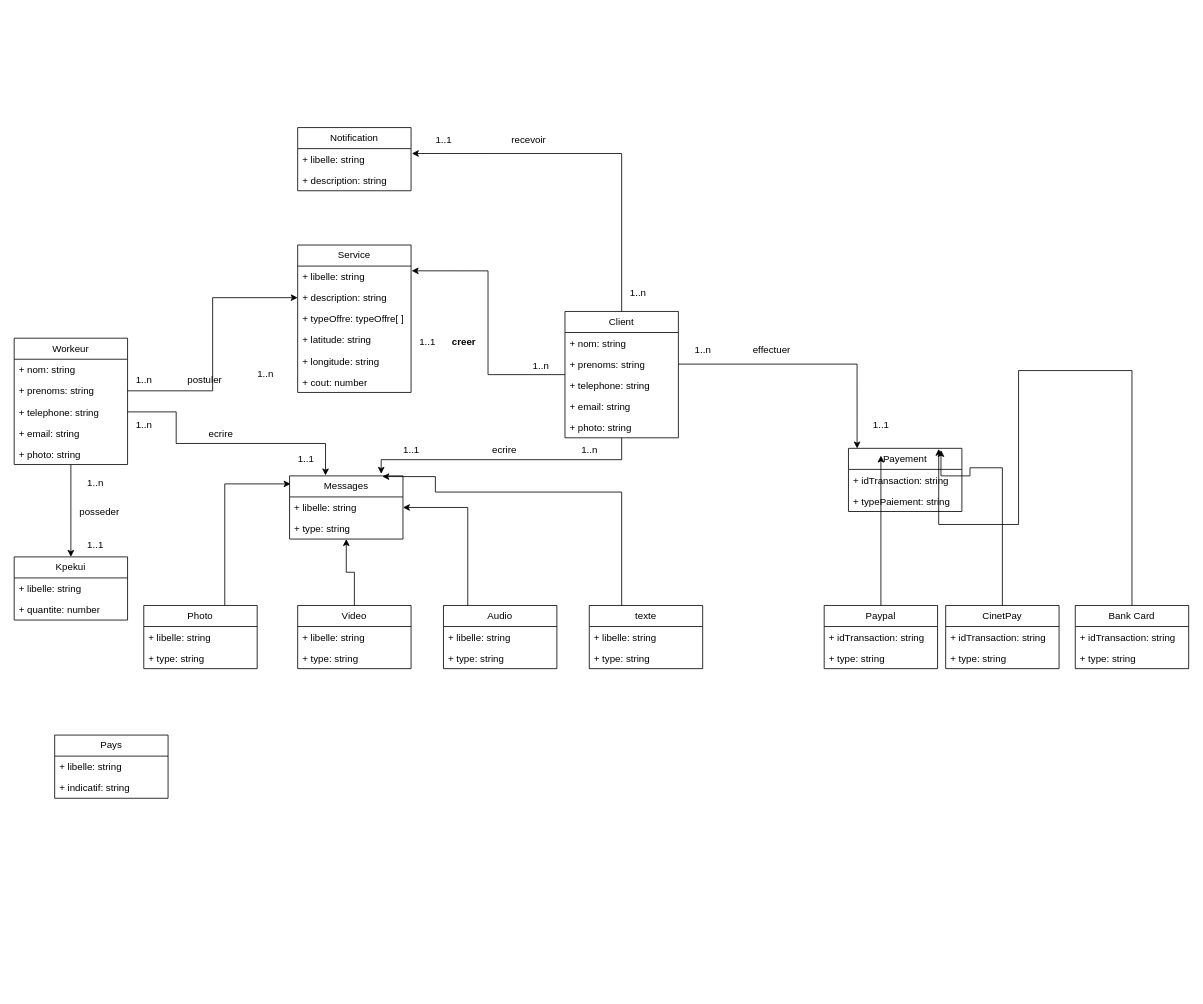
Above: Diagramme sans nom.drawio in bekmarc/segbaya (draw.io), before the change. Source tidied: cells renumbered, new cells numbered last; positions are measured from the earlier drawing's top-left corner, leaving out a move shared by most shapes. Both pictures are drawn from the tidied source at 81%, with x=0, y=0 at pixel (14, 127).
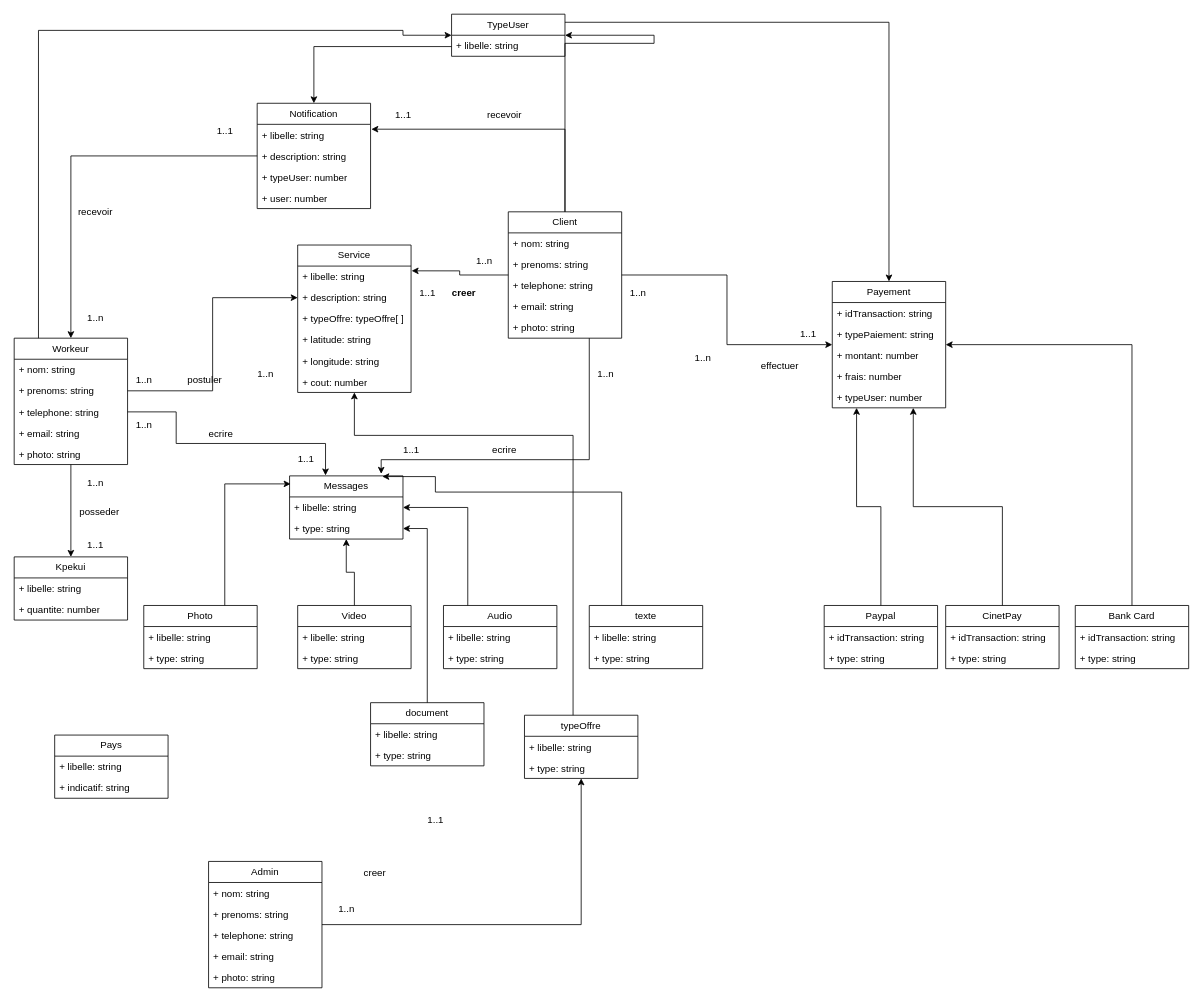
After the change.

Commit message (it also covers changes not shown here):
Mettre à jour Diagramme sans nom.drawio

The change refers to these unchanged cells:
```xml
<mxCell id="3" value="Workeur" style="swimlane;fontStyle=0;horizontal=1;startSize=26;fillColor=none;whiteSpace=wrap;html=1;" parent="1" vertex="1">
  <mxGeometry y="260" width="140" height="156" as="geometry" />
</mxCell>
<mxCell id="9" value="Service" style="swimlane;fontStyle=0;horizontal=1;startSize=26;fillColor=none;whiteSpace=wrap;html=1;" parent="1" vertex="1">
  <mxGeometry x="350" y="145" width="140" height="182" as="geometry" />
</mxCell>
<mxCell id="25" value="+ prenoms: string" style="text;strokeColor=none;fillColor=none;align=left;verticalAlign=top;spacingLeft=4;spacingRight=4;overflow=hidden;points=[[0,0.5],[1,0.5]];portConstraint=eastwest;whiteSpace=wrap;html=1;" parent="23" vertex="1">
  <mxGeometry y="52" width="140" height="26" as="geometry" />
</mxCell>
<mxCell id="32" value="Messages" style="swimlane;fontStyle=0;horizontal=1;startSize=26;fillColor=none;whiteSpace=wrap;html=1;" parent="1" vertex="1">
  <mxGeometry x="340" y="430" width="140" height="78" as="geometry" />
</mxCell>
<mxCell id="34" value="+ type: string" style="text;strokeColor=none;fillColor=none;align=left;verticalAlign=top;spacingLeft=4;spacingRight=4;overflow=hidden;points=[[0,0.5],[1,0.5]];portConstraint=eastwest;whiteSpace=wrap;html=1;" parent="32" vertex="1">
  <mxGeometry y="52" width="140" height="26" as="geometry" />
</mxCell>
<mxCell id="62" value="Paypal" style="swimlane;fontStyle=0;horizontal=1;startSize=26;fillColor=none;whiteSpace=wrap;html=1;" parent="1" vertex="1">
  <mxGeometry x="1000" y="590" width="140" height="78" as="geometry" />
</mxCell>
<mxCell id="66" value="CinetPay" style="swimlane;fontStyle=0;horizontal=1;startSize=26;fillColor=none;whiteSpace=wrap;html=1;" parent="1" vertex="1">
  <mxGeometry x="1150" y="590" width="140" height="78" as="geometry" />
</mxCell>
<mxCell id="70" value="Bank Card" style="swimlane;fontStyle=0;horizontal=1;startSize=26;fillColor=none;whiteSpace=wrap;html=1;" parent="1" vertex="1">
  <mxGeometry x="1310" y="590" width="140" height="78" as="geometry" />
</mxCell>
```

Change to the diagram source:
```diff
@@
+    <mxCell id="92" style="edgeStyle=orthogonalEdgeStyle;rounded=0;jettySize=auto;html=1;entryX=0;entryY=0.5;entryDx=0;entryDy=0;" parent="1" edge="1" source="3" target="110">
+      <mxGeometry relative="1" as="geometry">
+        <Array as="points">
+          <mxPoint x="30" y="-120" />
+          <mxPoint x="480" y="-120" />
+        </Array>
+      </mxGeometry>
+    </mxCell>
@@
     <mxCell id="21" style="edgeStyle=orthogonalEdgeStyle;rounded=0;jettySize=auto;html=1;entryX=0.808;entryY=-0.033;entryDx=0;entryDy=0;entryPerimeter=0;" parent="1" edge="1" source="23" target="32">
       <mxGeometry relative="1" as="geometry">
         <Array as="points">
-          <mxPoint x="750" y="410" />
+          <mxPoint x="710" y="410" />
           <mxPoint x="453" y="410" />
         </Array>
       </mxGeometry>
     </mxCell>
@@
+    <mxCell id="93" style="edgeStyle=orthogonalEdgeStyle;rounded=0;jettySize=auto;html=1;entryX=1;entryY=0.5;entryDx=0;entryDy=0;" parent="1" edge="1" source="23" target="110">
+      <mxGeometry relative="1" as="geometry">
+        <Array as="points">
+          <mxPoint x="790" y="-104" />
+        </Array>
+      </mxGeometry>
+    </mxCell>
+    <mxCell id="94" style="edgeStyle=orthogonalEdgeStyle;rounded=0;jettySize=auto;html=1;" parent="1" edge="1" source="23" target="58">
+      <mxGeometry relative="1" as="geometry" />
+    </mxCell>
     <mxCell id="23" value="Client" style="swimlane;fontStyle=0;horizontal=1;startSize=26;fillColor=none;whiteSpace=wrap;html=1;" parent="1" vertex="1">
-      <mxGeometry x="680" y="227" width="140" height="156" as="geometry" />
+      <mxGeometry x="610" y="104" width="140" height="156" as="geometry" />
     </mxCell>
@@
     <mxCell id="29" value="1..n" style="text;html=1;align=center;verticalAlign=middle;strokeColor=none;fillColor=none;" parent="1" vertex="1">
-      <mxGeometry x="630" y="280" width="40" height="30" as="geometry" />
+      <mxGeometry x="560" y="150" width="40" height="30" as="geometry" />
     </mxCell>
     <mxCell id="30" value="creer" style="text;html=1;align=center;verticalAlign=middle;strokeColor=none;fillColor=none;fontStyle=1;" parent="1" vertex="1">
-      <mxGeometry x="530" y="250" width="50" height="30" as="geometry" />
+      <mxGeometry x="530" y="190" width="50" height="30" as="geometry" />
     </mxCell>
     <mxCell id="31" value="1..1" style="text;html=1;align=center;verticalAlign=middle;strokeColor=none;fillColor=none;" parent="1" vertex="1">
-      <mxGeometry x="490" y="250" width="40" height="30" as="geometry" />
+      <mxGeometry x="490" y="190" width="40" height="30" as="geometry" />
     </mxCell>
@@
     <mxCell id="55" value="1..n" style="text;html=1;align=center;verticalAlign=middle;strokeColor=none;fillColor=none;" parent="1" vertex="1">
-      <mxGeometry x="690" y="383" width="40" height="30" as="geometry" />
+      <mxGeometry x="710" y="290" width="40" height="30" as="geometry" />
     </mxCell>
@@
     <mxCell id="58" value="Payement" style="swimlane;fontStyle=0;horizontal=1;startSize=26;fillColor=none;whiteSpace=wrap;html=1;" parent="1" vertex="1">
-      <mxGeometry x="1030" y="396" width="140" height="78" as="geometry" />
+      <mxGeometry x="1010" y="190" width="140" height="156" as="geometry" />
     </mxCell>
@@
+    <mxCell id="95" value="+ montant: number" style="text;strokeColor=none;fillColor=none;align=left;verticalAlign=top;spacingLeft=4;spacingRight=4;overflow=hidden;whiteSpace=wrap;html=1;" parent="58" vertex="1">
+      <mxGeometry y="78" width="140" height="26" as="geometry" />
+    </mxCell>
+    <mxCell id="96" value="+ frais: number" style="text;strokeColor=none;fillColor=none;align=left;verticalAlign=top;spacingLeft=4;spacingRight=4;overflow=hidden;whiteSpace=wrap;html=1;" parent="58" vertex="1">
+      <mxGeometry y="104" width="140" height="26" as="geometry" />
+    </mxCell>
+    <mxCell id="97" value="+ typeUser: number" style="text;strokeColor=none;fillColor=none;align=left;verticalAlign=top;spacingLeft=4;spacingRight=4;overflow=hidden;whiteSpace=wrap;html=1;" parent="58" vertex="1">
+      <mxGeometry y="130" width="140" height="26" as="geometry" />
+    </mxCell>
-    <mxCell id="61" style="edgeStyle=orthogonalEdgeStyle;rounded=0;jettySize=auto;html=1;entryX=0.286;entryY=0.115;entryDx=0;entryDy=0;entryPerimeter=0;" parent="1" edge="1" source="62" target="58">
-      <mxGeometry relative="1" as="geometry" />
+    <mxCell id="61" style="edgeStyle=orthogonalEdgeStyle;rounded=0;jettySize=auto;html=1;" parent="1" edge="1" source="62" target="58">
+      <mxGeometry relative="1" as="geometry">
+        <Array as="points">
+          <mxPoint x="1070" y="468" />
+          <mxPoint x="1040" y="468" />
+        </Array>
+      </mxGeometry>
     </mxCell>
@@
-    <mxCell id="65" style="edgeStyle=orthogonalEdgeStyle;rounded=0;jettySize=auto;html=1;entryX=0.816;entryY=0.027;entryDx=0;entryDy=0;entryPerimeter=0;" parent="1" edge="1" source="66" target="58">
+    <mxCell id="65" style="edgeStyle=orthogonalEdgeStyle;rounded=0;jettySize=auto;html=1;" parent="1" edge="1" source="66" target="58">
       <mxGeometry relative="1" as="geometry">
         <Array as="points">
-          <mxPoint x="1220" y="420" />
-          <mxPoint x="1180" y="420" />
-          <mxPoint x="1180" y="430" />
-          <mxPoint x="1144" y="430" />
+          <mxPoint x="1220" y="468" />
+          <mxPoint x="1110" y="468" />
         </Array>
       </mxGeometry>
     </mxCell>
@@
-    <mxCell id="69" style="edgeStyle=orthogonalEdgeStyle;rounded=0;jettySize=auto;html=1;entryX=0.796;entryY=0.009;entryDx=0;entryDy=0;entryPerimeter=0;" parent="1" edge="1" source="70" target="58">
+    <mxCell id="69" style="edgeStyle=orthogonalEdgeStyle;rounded=0;jettySize=auto;html=1;" parent="1" edge="1" source="70" target="58">
       <mxGeometry relative="1" as="geometry">
         <Array as="points">
-          <mxPoint x="1380" y="300" />
-          <mxPoint x="1240" y="300" />
-          <mxPoint x="1240" y="490" />
-          <mxPoint x="1141" y="490" />
+          <mxPoint x="1380" y="268" />
         </Array>
       </mxGeometry>
     </mxCell>
@@
-    <mxCell id="73" style="edgeStyle=orthogonalEdgeStyle;rounded=0;jettySize=auto;html=1;entryX=0.076;entryY=0.002;entryDx=0;entryDy=0;entryPerimeter=0;" parent="1" edge="1" source="25" target="58">
-      <mxGeometry relative="1" as="geometry" />
-    </mxCell>
     <mxCell id="74" value="effectuer" style="text;html=1;align=center;verticalAlign=middle;strokeColor=none;fillColor=none;" parent="1" vertex="1">
-      <mxGeometry x="900" y="260" width="70" height="30" as="geometry" />
+      <mxGeometry x="910" y="280" width="70" height="30" as="geometry" />
     </mxCell>
     <mxCell id="75" value="1..n" style="text;html=1;align=center;verticalAlign=middle;strokeColor=none;fillColor=none;" parent="1" vertex="1">
-      <mxGeometry x="830" y="260" width="40" height="30" as="geometry" />
+      <mxGeometry x="830" y="270" width="40" height="30" as="geometry" />
     </mxCell>
     <mxCell id="76" value="1..1" style="text;html=1;align=center;verticalAlign=middle;strokeColor=none;fillColor=none;" parent="1" vertex="1">
-      <mxGeometry x="1050" y="353" width="40" height="30" as="geometry" />
+      <mxGeometry x="960" y="240" width="40" height="30" as="geometry" />
     </mxCell>
@@
+    <mxCell id="98" style="edgeStyle=orthogonalEdgeStyle;rounded=0;jettySize=auto;html=1;entryX=0.5;entryY=0;entryDx=0;entryDy=0;" parent="1" edge="1" source="83" target="3">
+      <mxGeometry relative="1" as="geometry" />
+    </mxCell>
     <mxCell id="83" value="Notification" style="swimlane;fontStyle=0;horizontal=1;startSize=26;fillColor=none;whiteSpace=wrap;html=1;" parent="1" vertex="1">
-      <mxGeometry x="350" width="140" height="78" as="geometry" />
+      <mxGeometry x="300" y="-30" width="140" height="130" as="geometry" />
     </mxCell>
@@
+    <mxCell id="99" value="+ typeUser: number" style="text;strokeColor=none;fillColor=none;align=left;verticalAlign=top;spacingLeft=4;spacingRight=4;overflow=hidden;whiteSpace=wrap;html=1;" parent="83" vertex="1">
+      <mxGeometry y="78" width="140" height="26" as="geometry" />
+    </mxCell>
+    <mxCell id="100" value="+ user: number" style="text;strokeColor=none;fillColor=none;align=left;verticalAlign=top;spacingLeft=4;spacingRight=4;overflow=hidden;whiteSpace=wrap;html=1;" parent="83" vertex="1">
+      <mxGeometry y="104" width="140" height="26" as="geometry" />
+    </mxCell>
     <mxCell id="86" value="recevoir" style="text;html=1;align=center;verticalAlign=middle;strokeColor=none;fillColor=none;" parent="1" vertex="1">
-      <mxGeometry x="600" width="70" height="30" as="geometry" />
+      <mxGeometry x="570" y="-30" width="70" height="30" as="geometry" />
     </mxCell>
     <mxCell id="87" value="1..1" style="text;html=1;align=center;verticalAlign=middle;strokeColor=none;fillColor=none;" parent="1" vertex="1">
-      <mxGeometry x="510" width="40" height="30" as="geometry" />
+      <mxGeometry x="460" y="-30" width="40" height="30" as="geometry" />
     </mxCell>
@@
+    <mxCell id="101" style="edgeStyle=orthogonalEdgeStyle;rounded=0;jettySize=auto;html=1;entryX=1;entryY=0.5;entryDx=0;entryDy=0;" parent="1" edge="1" source="102" target="34">
+      <mxGeometry relative="1" as="geometry" />
+    </mxCell>
+    <mxCell id="102" value="document" style="swimlane;fontStyle=0;horizontal=1;startSize=26;fillColor=none;whiteSpace=wrap;html=1;" parent="1" vertex="1">
+      <mxGeometry x="440" y="710" width="140" height="78" as="geometry" />
+    </mxCell>
+    <mxCell id="103" value="+ libelle: string" style="text;strokeColor=none;fillColor=none;align=left;verticalAlign=top;spacingLeft=4;spacingRight=4;overflow=hidden;whiteSpace=wrap;html=1;" parent="102" vertex="1">
+      <mxGeometry y="26" width="140" height="26" as="geometry" />
+    </mxCell>
+    <mxCell id="104" value="+ type: string" style="text;strokeColor=none;fillColor=none;align=left;verticalAlign=top;spacingLeft=4;spacingRight=4;overflow=hidden;whiteSpace=wrap;html=1;" parent="102" vertex="1">
+      <mxGeometry y="52" width="140" height="26" as="geometry" />
+    </mxCell>
+    <mxCell id="105" value="recevoir" style="text;html=1;align=center;verticalAlign=middle;strokeColor=none;fillColor=none;" parent="1" vertex="1">
+      <mxGeometry x="65" y="90" width="70" height="30" as="geometry" />
+    </mxCell>
+    <mxCell id="106" value="1..1" style="text;html=1;align=center;verticalAlign=middle;strokeColor=none;fillColor=none;" parent="1" vertex="1">
+      <mxGeometry x="240" y="-10" width="40" height="30" as="geometry" />
+    </mxCell>
+    <mxCell id="107" value="1..n" style="text;html=1;align=center;verticalAlign=middle;strokeColor=none;fillColor=none;" parent="1" vertex="1">
+      <mxGeometry x="80" y="220" width="40" height="30" as="geometry" />
+    </mxCell>
+    <mxCell id="108" style="edgeStyle=orthogonalEdgeStyle;rounded=0;jettySize=auto;html=1;entryX=0.5;entryY=0;entryDx=0;entryDy=0;" parent="1" edge="1" source="110" target="83">
+      <mxGeometry relative="1" as="geometry">
+        <Array as="points">
+          <mxPoint x="370" y="-100" />
+        </Array>
+      </mxGeometry>
+    </mxCell>
+    <mxCell id="109" style="edgeStyle=orthogonalEdgeStyle;rounded=0;jettySize=auto;html=1;entryX=0.5;entryY=0;entryDx=0;entryDy=0;" parent="1" edge="1" source="110" target="58">
+      <mxGeometry relative="1" as="geometry">
+        <Array as="points">
+          <mxPoint x="1080" y="-130" />
+        </Array>
+      </mxGeometry>
+    </mxCell>
+    <mxCell id="110" value="TypeUser" style="swimlane;fontStyle=0;horizontal=1;startSize=26;fillColor=none;whiteSpace=wrap;html=1;" parent="1" vertex="1">
+      <mxGeometry x="540" y="-140" width="140" height="52" as="geometry" />
+    </mxCell>
+    <mxCell id="111" value="+ libelle: string" style="text;strokeColor=none;fillColor=none;align=left;verticalAlign=top;spacingLeft=4;spacingRight=4;overflow=hidden;whiteSpace=wrap;html=1;" parent="110" vertex="1">
+      <mxGeometry y="26" width="140" height="26" as="geometry" />
+    </mxCell>
+    <mxCell id="112" style="edgeStyle=orthogonalEdgeStyle;rounded=0;jettySize=auto;html=1;" parent="1" edge="1" source="113" target="120">
+      <mxGeometry relative="1" as="geometry" />
+    </mxCell>
+    <mxCell id="113" value="Admin" style="swimlane;fontStyle=0;horizontal=1;startSize=26;fillColor=none;whiteSpace=wrap;html=1;" parent="1" vertex="1">
+      <mxGeometry x="240" y="906" width="140" height="156" as="geometry" />
+    </mxCell>
+    <mxCell id="114" value="+ nom: string" style="text;strokeColor=none;fillColor=none;align=left;verticalAlign=top;spacingLeft=4;spacingRight=4;overflow=hidden;whiteSpace=wrap;html=1;" parent="113" vertex="1">
+      <mxGeometry y="26" width="140" height="26" as="geometry" />
+    </mxCell>
+    <mxCell id="115" value="+ prenoms: string" style="text;strokeColor=none;fillColor=none;align=left;verticalAlign=top;spacingLeft=4;spacingRight=4;overflow=hidden;whiteSpace=wrap;html=1;" parent="113" vertex="1">
+      <mxGeometry y="52" width="140" height="26" as="geometry" />
+    </mxCell>
+    <mxCell id="116" value="+ telephone: string" style="text;strokeColor=none;fillColor=none;align=left;verticalAlign=top;spacingLeft=4;spacingRight=4;overflow=hidden;whiteSpace=wrap;html=1;" parent="113" vertex="1">
+      <mxGeometry y="78" width="140" height="26" as="geometry" />
+    </mxCell>
+    <mxCell id="117" value="+ email: string" style="text;strokeColor=none;fillColor=none;align=left;verticalAlign=top;spacingLeft=4;spacingRight=4;overflow=hidden;whiteSpace=wrap;html=1;" parent="113" vertex="1">
+      <mxGeometry y="104" width="140" height="26" as="geometry" />
+    </mxCell>
+    <mxCell id="118" value="+ photo: string" style="text;strokeColor=none;fillColor=none;align=left;verticalAlign=top;spacingLeft=4;spacingRight=4;overflow=hidden;whiteSpace=wrap;html=1;" parent="113" vertex="1">
+      <mxGeometry y="130" width="140" height="26" as="geometry" />
+    </mxCell>
+    <mxCell id="119" style="edgeStyle=orthogonalEdgeStyle;rounded=0;jettySize=auto;html=1;" parent="1" edge="1" source="120" target="9">
+      <mxGeometry relative="1" as="geometry">
+        <Array as="points">
+          <mxPoint x="690" y="380" />
+          <mxPoint x="420" y="380" />
+        </Array>
+      </mxGeometry>
+    </mxCell>
+    <mxCell id="120" value="typeOffre" style="swimlane;fontStyle=0;horizontal=1;startSize=26;fillColor=none;whiteSpace=wrap;html=1;" parent="1" vertex="1">
+      <mxGeometry x="630" y="725.5" width="140" height="78" as="geometry" />
+    </mxCell>
+    <mxCell id="121" value="+ libelle: string" style="text;strokeColor=none;fillColor=none;align=left;verticalAlign=top;spacingLeft=4;spacingRight=4;overflow=hidden;whiteSpace=wrap;html=1;" parent="120" vertex="1">
+      <mxGeometry y="26" width="140" height="26" as="geometry" />
+    </mxCell>
+    <mxCell id="122" value="+ type: string" style="text;strokeColor=none;fillColor=none;align=left;verticalAlign=top;spacingLeft=4;spacingRight=4;overflow=hidden;whiteSpace=wrap;html=1;" parent="120" vertex="1">
+      <mxGeometry y="52" width="140" height="26" as="geometry" />
+    </mxCell>
+    <mxCell id="123" value="creer" style="text;html=1;align=center;verticalAlign=middle;strokeColor=none;fillColor=none;" parent="1" vertex="1">
+      <mxGeometry x="420" y="906" width="50" height="30" as="geometry" />
+    </mxCell>
+    <mxCell id="124" value="1..1" style="text;html=1;align=center;verticalAlign=middle;strokeColor=none;fillColor=none;" parent="1" vertex="1">
+      <mxGeometry x="500" y="840" width="40" height="30" as="geometry" />
+    </mxCell>
+    <mxCell id="125" value="1..n" style="text;html=1;align=center;verticalAlign=middle;strokeColor=none;fillColor=none;" parent="1" vertex="1">
+      <mxGeometry x="390" y="950" width="40" height="30" as="geometry" />
+    </mxCell>
```
